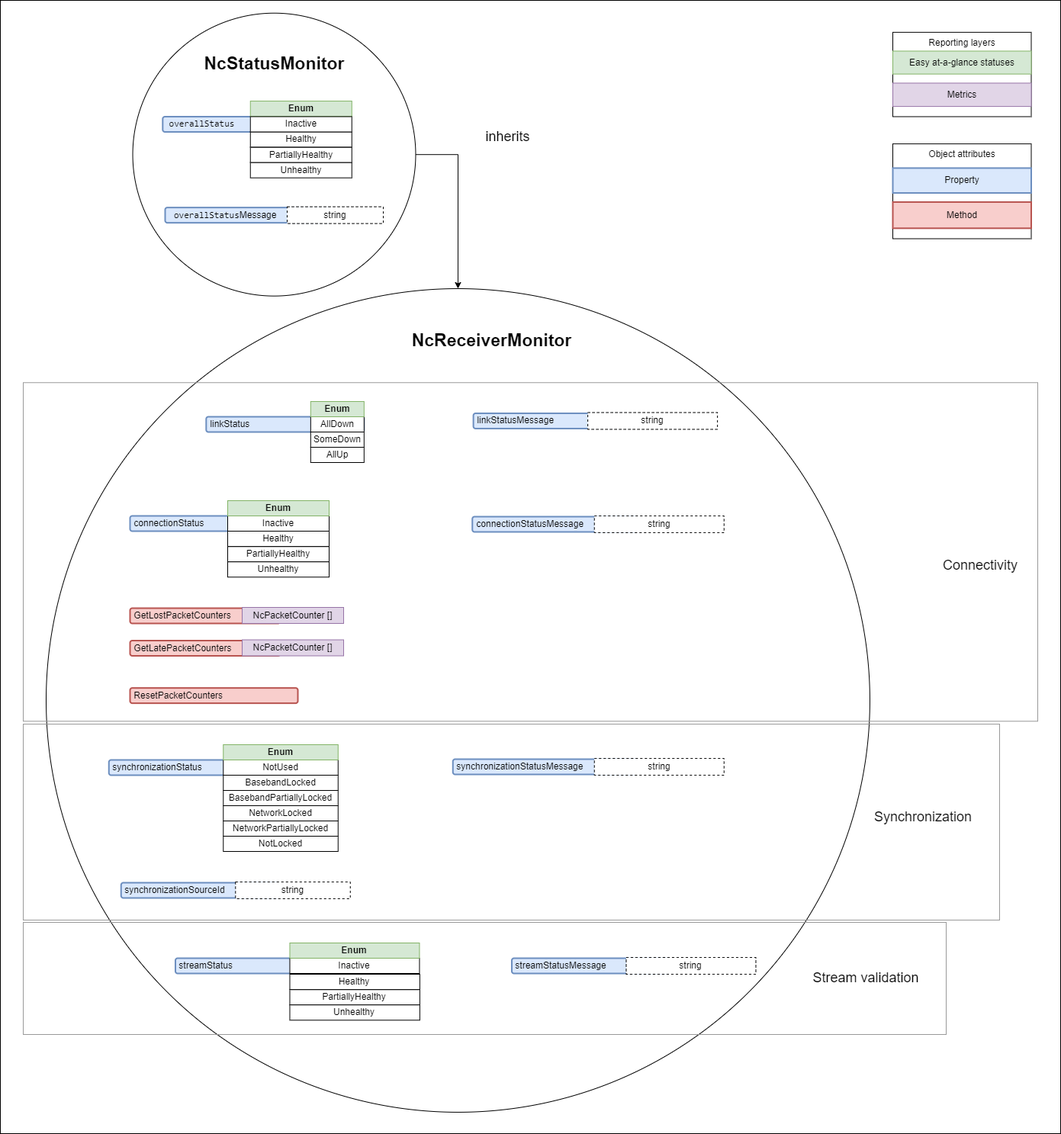
Earlier version of the draw.io export docs/images/receiver-model-minimal.png (AMWA-TV/bcp-008-01). Source tidied: cells renumbered, new cells last; positions are measured from the earlier drawing's top-left corner, leaving out a move shared by most shapes.
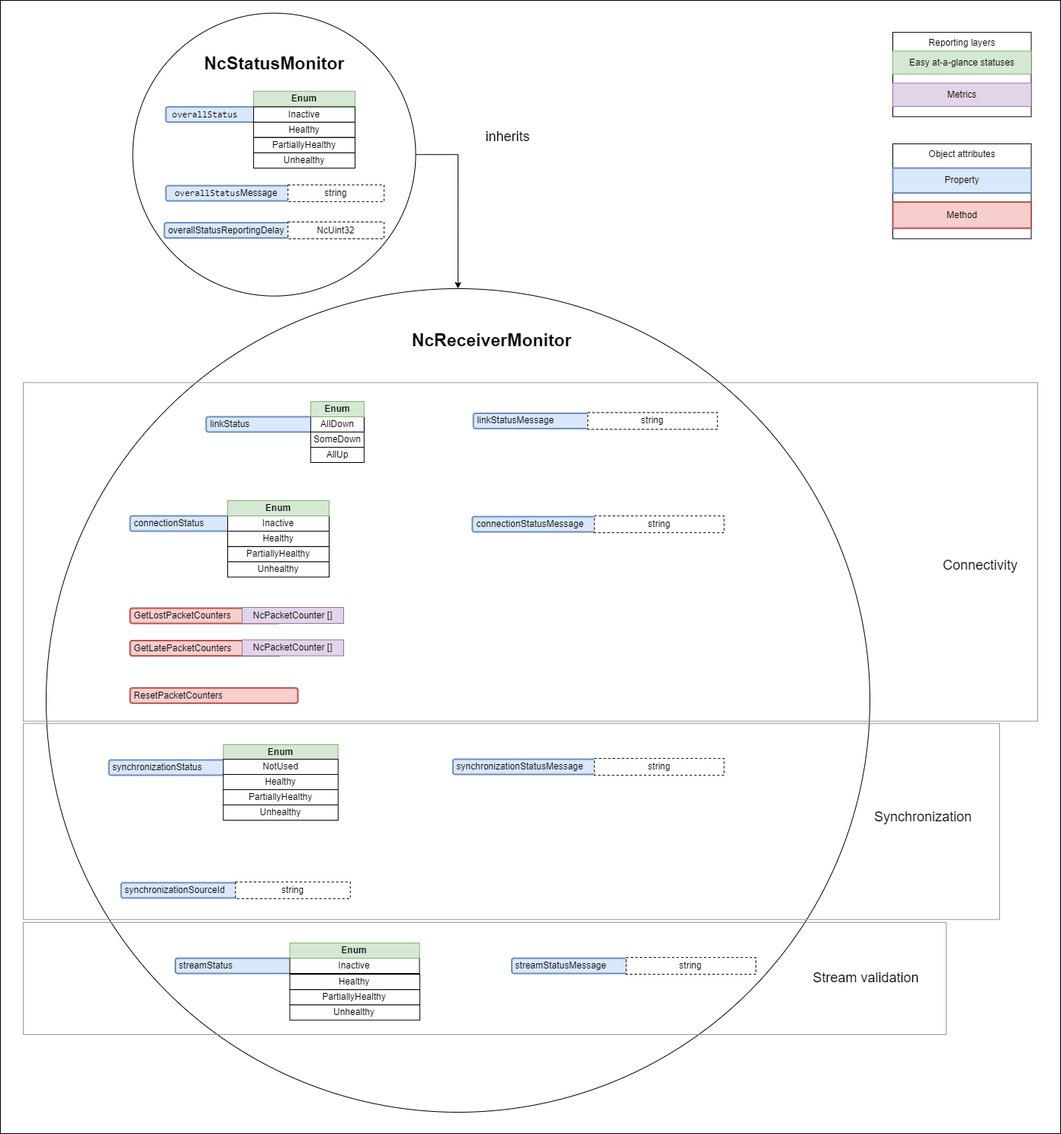
Later version of the same file.

Commit message:
Update based on control feature sets model changes

- update diagrams
- update synchronization status
- mention overall status reporting delay

The edit, as a diff of the source:
```diff
@@ -107,33 +107,15 @@
     <mxCell id="36" value="&amp;nbsp;synchronizationStatus" style="rounded=1;whiteSpace=wrap;html=1;align=left;fillColor=#dae8fc;strokeColor=#6c8ebf;strokeWidth=2;" parent="1" vertex="1">
       <mxGeometry x="142.3" y="996" width="207.5" height="20" as="geometry" />
     </mxCell>
-    <mxCell id="37" value="NotUsed" style="rounded=0;whiteSpace=wrap;html=1;" parent="1" vertex="1">
-      <mxGeometry x="292.3" y="996" width="150.5" height="20" as="geometry" />
-    </mxCell>
     <mxCell id="38" value="Enum" style="rounded=0;whiteSpace=wrap;html=1;fillColor=#d5e8d4;strokeColor=#82b366;fontStyle=1;" parent="1" vertex="1">
       <mxGeometry x="292.3" y="976" width="150.5" height="20" as="geometry" />
     </mxCell>
-    <mxCell id="39" value="NetworkLocked" style="rounded=0;whiteSpace=wrap;html=1;" parent="1" vertex="1">
-      <mxGeometry x="292.3" y="1056" width="150.5" height="20" as="geometry" />
-    </mxCell>
     <mxCell id="40" value="&amp;nbsp;synchronizationSourceId" style="rounded=1;whiteSpace=wrap;html=1;align=left;fillColor=#dae8fc;strokeColor=#6c8ebf;strokeWidth=2;" parent="1" vertex="1">
       <mxGeometry x="158.3" y="1157" width="206.5" height="20" as="geometry" />
     </mxCell>
     <mxCell id="41" value="string" style="rounded=0;whiteSpace=wrap;html=1;dashed=1;" parent="1" vertex="1">
       <mxGeometry x="308.3" y="1156" width="150.5" height="22" as="geometry" />
     </mxCell>
-    <mxCell id="42" value="BasebandLocked" style="rounded=0;whiteSpace=wrap;html=1;" parent="1" vertex="1">
-      <mxGeometry x="292.3" y="1016" width="150.5" height="20" as="geometry" />
-    </mxCell>
-    <mxCell id="43" value="NotLocked" style="rounded=0;whiteSpace=wrap;html=1;" parent="1" vertex="1">
-      <mxGeometry x="292.3" y="1096" width="150.5" height="20" as="geometry" />
-    </mxCell>
-    <mxCell id="44" value="NetworkPartiallyLocked" style="rounded=0;whiteSpace=wrap;html=1;" parent="1" vertex="1">
-      <mxGeometry x="292.3" y="1076" width="150.5" height="20" as="geometry" />
-    </mxCell>
-    <mxCell id="45" value="BasebandPartiallyLocked" style="rounded=0;whiteSpace=wrap;html=1;" parent="1" vertex="1">
-      <mxGeometry x="292.3" y="1036" width="150.5" height="20" as="geometry" />
-    </mxCell>
     <mxCell id="46" value="&amp;nbsp;synchronizationStatusMessage" style="rounded=1;whiteSpace=wrap;html=1;align=left;fillColor=#dae8fc;strokeColor=#6c8ebf;strokeWidth=2;" parent="1" vertex="1">
       <mxGeometry x="593.3" y="995" width="243" height="20" as="geometry" />
     </mxCell>
@@ -150,19 +132,19 @@
       <mxGeometry x="297.5" y="68.1" width="123" height="30" as="geometry" />
     </mxCell>
     <mxCell id="51" value="&lt;pre class=&quot;highlight&quot;&gt;&lt;code&gt;&lt;span class=&quot;nx&quot;&gt; overallStatus&lt;/span&gt;&lt;span class=&quot;p&quot;&gt;&lt;/span&gt;&lt;/code&gt;&lt;/pre&gt;" style="rounded=1;whiteSpace=wrap;html=1;align=left;fillColor=#dae8fc;strokeColor=#6c8ebf;strokeWidth=2;" parent="1" vertex="1">
-      <mxGeometry x="212.8" y="152.5" width="198" height="20" as="geometry" />
+      <mxGeometry x="217" y="139.7" width="198" height="20" as="geometry" />
     </mxCell>
     <mxCell id="52" value="Healthy" style="rounded=0;whiteSpace=wrap;html=1;" parent="1" vertex="1">
-      <mxGeometry x="327.8" y="172.5" width="133" height="20" as="geometry" />
+      <mxGeometry x="331.9" y="159.6" width="133" height="20" as="geometry" />
     </mxCell>
     <mxCell id="53" value="Enum" style="rounded=0;whiteSpace=wrap;html=1;fillColor=#d5e8d4;strokeColor=#82b366;fontStyle=1;" parent="1" vertex="1">
-      <mxGeometry x="327.8" y="132.1" width="133" height="20" as="geometry" />
+      <mxGeometry x="331.9" y="119.2" width="133" height="20" as="geometry" />
     </mxCell>
     <mxCell id="54" value="PartiallyHealthy" style="rounded=0;whiteSpace=wrap;html=1;" parent="1" vertex="1">
-      <mxGeometry x="327.8" y="192.7" width="133" height="20" as="geometry" />
+      <mxGeometry x="331.9" y="179.9" width="133" height="20" as="geometry" />
     </mxCell>
     <mxCell id="55" value="Unhealthy" style="rounded=0;whiteSpace=wrap;html=1;" parent="1" vertex="1">
-      <mxGeometry x="327.8" y="212.7" width="133" height="20" as="geometry" />
+      <mxGeometry x="331.9" y="199.9" width="133" height="20" as="geometry" />
     </mxCell>
     <mxCell id="56" value="&lt;span style=&quot;font-weight: normal;&quot;&gt;&lt;font style=&quot;font-size: 18px;&quot;&gt;inherits&lt;/font&gt;&lt;/span&gt;" style="text;html=1;strokeColor=none;fillColor=none;align=center;verticalAlign=middle;whiteSpace=wrap;rounded=0;strokeWidth=1;fontSize=23;fontStyle=1;" parent="1" vertex="1">
       <mxGeometry x="603.5" y="162.2" width="123" height="30" as="geometry" />
@@ -177,10 +159,10 @@
       <mxGeometry x="379.5" y="1317.2" width="170.4" height="20" as="geometry" />
     </mxCell>
     <mxCell id="60" value="&amp;nbsp;&lt;code&gt; &lt;span class=&quot;nx&quot;&gt;overallStatus&lt;/span&gt;&lt;span class=&quot;p&quot;&gt;&lt;/span&gt;&lt;/code&gt;Message" style="rounded=1;whiteSpace=wrap;html=1;align=left;fillColor=#dae8fc;strokeColor=#6c8ebf;strokeWidth=2;" parent="1" vertex="1">
-      <mxGeometry x="216" y="271.6" width="217.5" height="20" as="geometry" />
+      <mxGeometry x="217" y="243" width="217.5" height="20" as="geometry" />
     </mxCell>
     <mxCell id="61" value="string" style="rounded=0;whiteSpace=wrap;html=1;dashed=1;" parent="1" vertex="1">
-      <mxGeometry x="376" y="270.6" width="126" height="22" as="geometry" />
+      <mxGeometry x="377" y="242" width="126" height="22" as="geometry" />
     </mxCell>
     <mxCell id="62" style="rounded=0;whiteSpace=wrap;html=1;fillStyle=hatch;fillColor=none;strokeColor=#999999;" parent="1" vertex="1">
       <mxGeometry x="30" y="501.2" width="1330" height="444" as="geometry" />
@@ -189,7 +171,7 @@
       <mxGeometry x="1155" y="1056" width="110" height="30" as="geometry" />
     </mxCell>
     <mxCell id="64" style="rounded=0;whiteSpace=wrap;html=1;fillStyle=hatch;fillColor=none;strokeColor=#999999;" parent="1" vertex="1">
-      <mxGeometry x="30" y="949" width="1280" height="257" as="geometry" />
+      <mxGeometry x="30" y="948.2" width="1280" height="257" as="geometry" />
     </mxCell>
     <mxCell id="65" value="Connectivity" style="text;html=1;align=center;verticalAlign=middle;whiteSpace=wrap;rounded=0;fontSize=18;" parent="1" vertex="1">
       <mxGeometry x="1230" y="726.2" width="110" height="30" as="geometry" />
@@ -201,7 +183,25 @@
       <mxGeometry x="30" y="1209" width="1210" height="147" as="geometry" />
     </mxCell>
     <mxCell id="68" value="Inactive" style="rounded=0;whiteSpace=wrap;html=1;" parent="1" vertex="1">
-      <mxGeometry x="327.8" y="152.5" width="133" height="20" as="geometry" />
+      <mxGeometry x="331.9" y="139.7" width="133" height="20" as="geometry" />
     </mxCell>
+    <mxCell id="37" value="NotUsed" style="rounded=0;whiteSpace=wrap;html=1;" parent="1" vertex="1">
+      <mxGeometry x="292.3" y="995" width="150.5" height="20" as="geometry" />
+    </mxCell>
+    <mxCell id="69" value="Unhealthy" style="rounded=0;whiteSpace=wrap;html=1;" parent="1" vertex="1">
+      <mxGeometry x="292.3" y="1055" width="150.5" height="20" as="geometry" />
+    </mxCell>
+    <mxCell id="70" value="Healthy" style="rounded=0;whiteSpace=wrap;html=1;" parent="1" vertex="1">
+      <mxGeometry x="292.3" y="1015" width="150.5" height="20" as="geometry" />
+    </mxCell>
+    <mxCell id="71" value="PartiallyHealthy" style="rounded=0;whiteSpace=wrap;html=1;" parent="1" vertex="1">
+      <mxGeometry x="292.3" y="1035" width="150.5" height="20" as="geometry" />
+    </mxCell>
+    <mxCell id="72" value="&amp;nbsp;overallStatusReportingDelay" style="rounded=1;whiteSpace=wrap;html=1;align=left;fillColor=#dae8fc;strokeColor=#6c8ebf;strokeWidth=2;" parent="1" vertex="1">
+      <mxGeometry x="215" y="291.5" width="217.5" height="20" as="geometry" />
+    </mxCell>
+    <mxCell id="73" value="NcUint32" style="rounded=0;whiteSpace=wrap;html=1;dashed=1;" parent="1" vertex="1">
+      <mxGeometry x="377" y="290.5" width="126" height="22" as="geometry" />
+    </mxCell>
   </root>
 </mxGraphModel>
```
